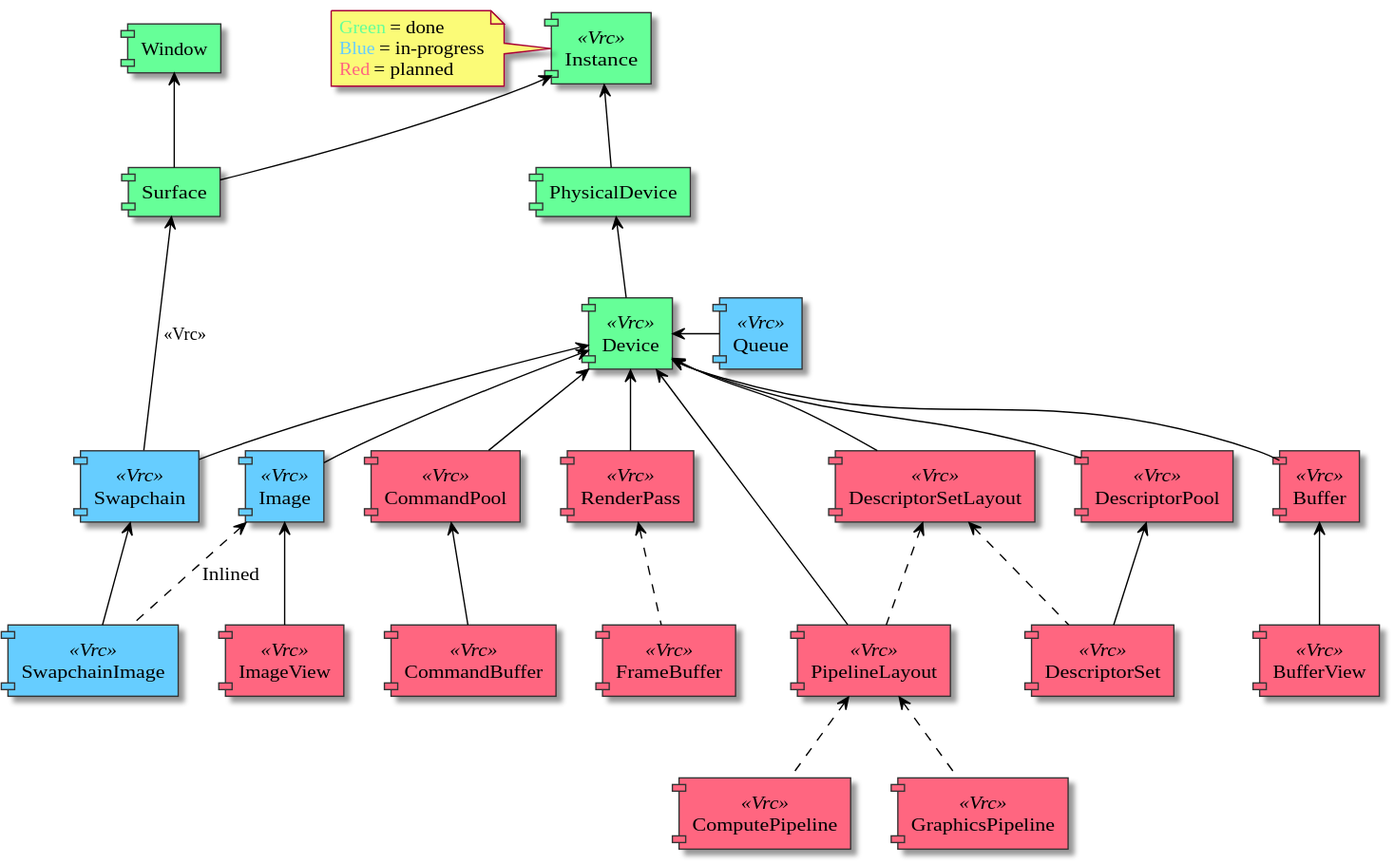
Above: media/object_dependency_graph.svg in vulkayes/vulkayes-thesis (PlantUML), before the change.
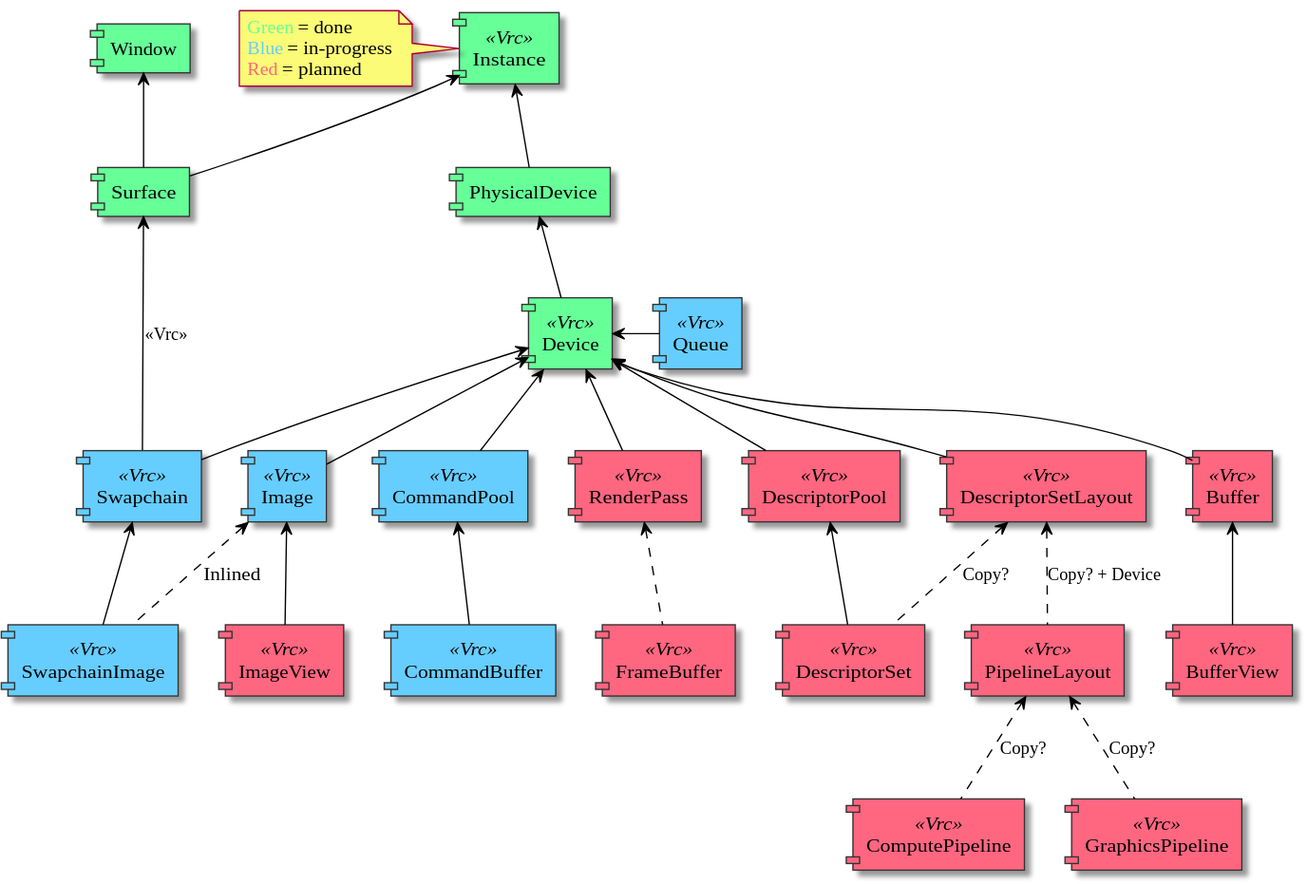
After the change.

Commit message:
update validations and diagram

Diff of the diagram source:
```diff
@@ -32,8 +32,8 @@
 component [ImageView] <<Vrc>> #FF6680
 component [BufferView] <<Vrc>> #FF6680
 
-component [CommandPool] <<Vrc>> #FF6680
-component [CommandBuffer] <<Vrc>> #FF6680
+component [CommandPool] <<Vrc>> #66CDFF
+component [CommandBuffer] <<Vrc>> #66CDFF
 
 component [RenderPass] <<Vrc>> #FF6680
 component [FrameBuffer] <<Vrc>> #FF6680
@@ -61,7 +61,6 @@
 [Device] <-- [CommandPool]
 [Device] <-- [RenderPass]
 [Device] <-- [DescriptorSetLayout]
-[Device] <-- [PipelineLayout]
 [Device] <-- [DescriptorPool]
 
 [Swapchain] <-- [SwapchainImage]
@@ -73,10 +72,10 @@
 [CommandPool] <-- [CommandBuffer]
 
 [RenderPass] <.. [FrameBuffer]
-[DescriptorSetLayout] <.. [DescriptorSet]
-[DescriptorSetLayout] <.. [PipelineLayout]
-[PipelineLayout] <.. [ComputePipeline]
-[PipelineLayout] <.. [GraphicsPipeline]
+[DescriptorSetLayout] <.. [DescriptorSet] : Copy?
+[DescriptorSetLayout] <.. [PipelineLayout] : Copy? + Device
+[PipelineLayout] <.. [ComputePipeline] : Copy?
+[PipelineLayout] <.. [GraphicsPipeline] : Copy?
 [DescriptorPool] <-- [DescriptorSet]
 
 @enduml
```
